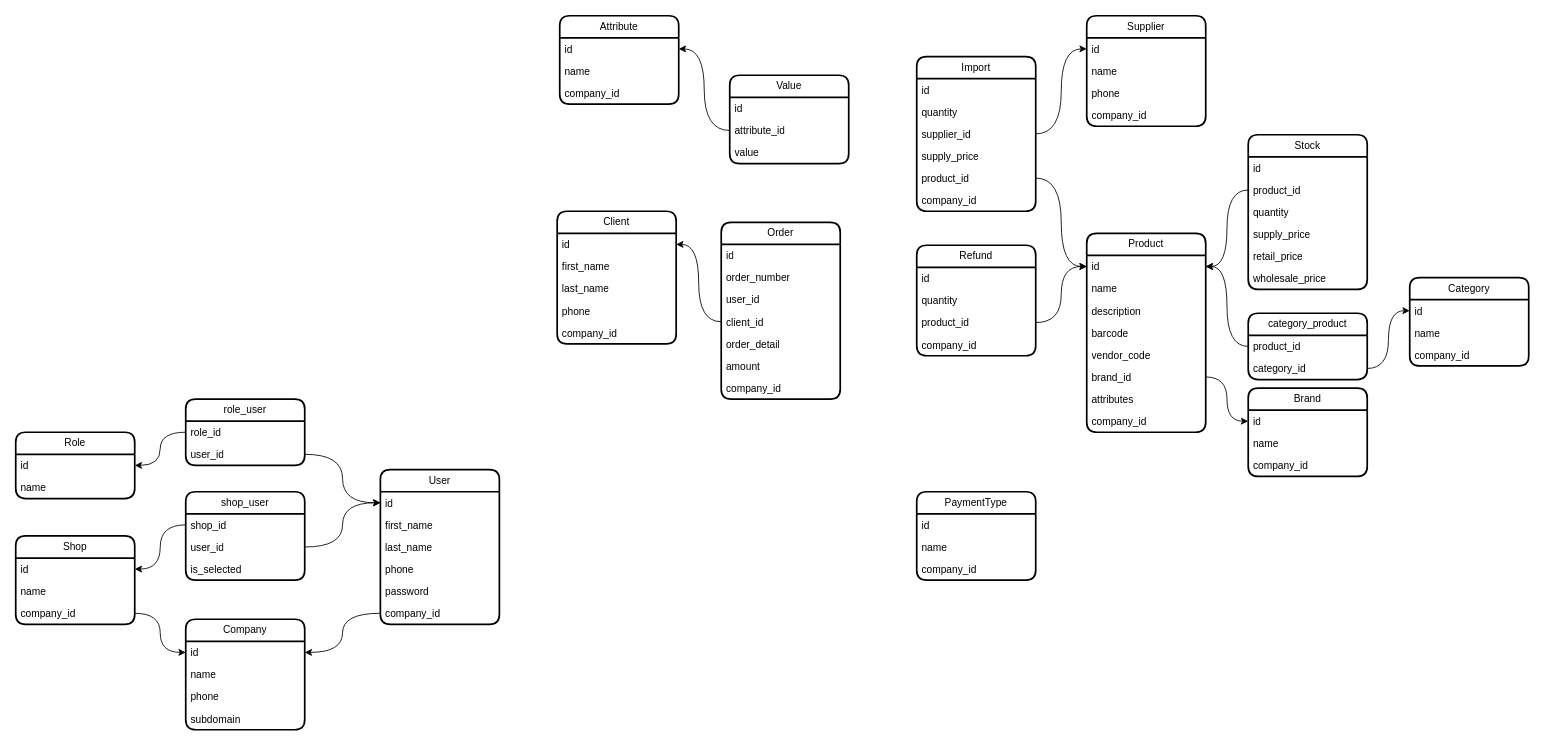
iztileuoff/databases keeps this draw.io diagram as page "v3" (1 of 3) of karsoft-wsm.drawio. Above is the earlier version. Source tidied: cells renumbered, new cells numbered last; positions are measured from the earlier drawing's top-left corner, leaving out a move shared by most shapes. Both pictures are drawn from the tidied source at 85%, with x=0, y=0 at pixel (15, 15).
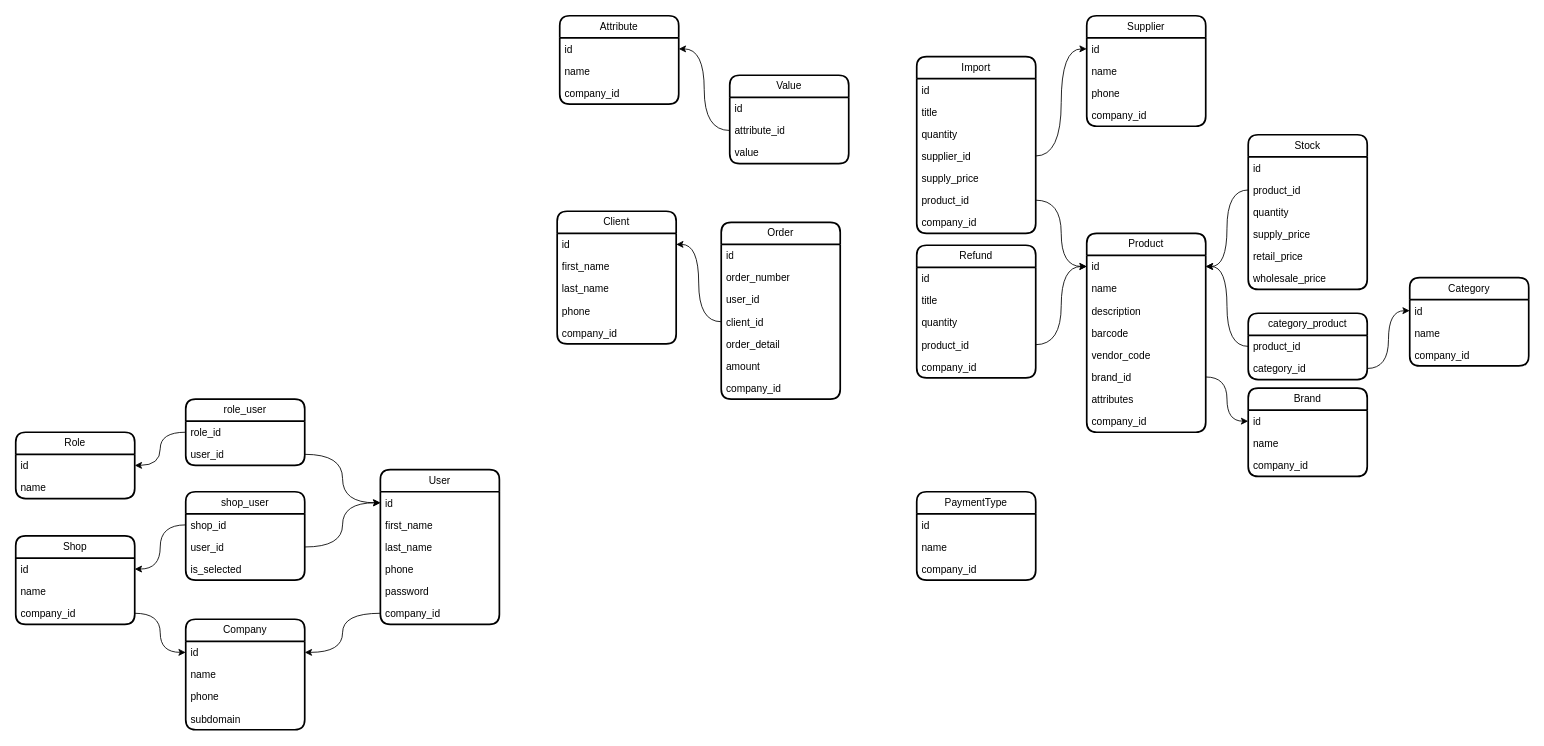
The same diagram, later.

Diff of the diagram source:
```diff
@@
     <mxCell id="46" value="Import" style="swimlane;fontStyle=0;horizontal=1;startSize=26;fillColor=none;whiteSpace=wrap;html=1;rounded=1;shadow=0;glass=0;strokeWidth=2;" parent="1" vertex="1">
-      <mxGeometry x="1060" y="48" width="140" height="182" as="geometry" />
+      <mxGeometry x="1060" y="48" width="140" height="208" as="geometry" />
     </mxCell>
@@
+    <mxCell id="113" value="title" style="text;strokeColor=none;fillColor=none;align=left;verticalAlign=top;spacingLeft=4;spacingRight=4;overflow=hidden;whiteSpace=wrap;html=1;" parent="46" vertex="1">
+      <mxGeometry y="52" width="140" height="26" as="geometry" />
+    </mxCell>
     <mxCell id="48" value="quantity" style="text;strokeColor=none;fillColor=none;align=left;verticalAlign=top;spacingLeft=4;spacingRight=4;overflow=hidden;whiteSpace=wrap;html=1;" parent="46" vertex="1">
-      <mxGeometry y="52" width="140" height="26" as="geometry" />
+      <mxGeometry y="78" width="140" height="26" as="geometry" />
     </mxCell>
     <mxCell id="49" value="supplier_id" style="text;strokeColor=none;fillColor=none;align=left;verticalAlign=top;spacingLeft=4;spacingRight=4;overflow=hidden;points=[[0,0.5],[1,0.5]];portConstraint=eastwest;whiteSpace=wrap;html=1;" parent="46" vertex="1">
-      <mxGeometry y="78" width="140" height="26" as="geometry" />
+      <mxGeometry y="104" width="140" height="26" as="geometry" />
     </mxCell>
     <mxCell id="50" value="supply_price" style="text;strokeColor=none;fillColor=none;align=left;verticalAlign=top;spacingLeft=4;spacingRight=4;overflow=hidden;whiteSpace=wrap;html=1;" parent="46" vertex="1">
-      <mxGeometry y="104" width="140" height="26" as="geometry" />
+      <mxGeometry y="130" width="140" height="26" as="geometry" />
     </mxCell>
     <mxCell id="51" value="product_id" style="text;strokeColor=none;fillColor=none;align=left;verticalAlign=top;spacingLeft=4;spacingRight=4;overflow=hidden;points=[[0,0.5],[1,0.5]];portConstraint=eastwest;whiteSpace=wrap;html=1;" parent="46" vertex="1">
-      <mxGeometry y="130" width="140" height="26" as="geometry" />
+      <mxGeometry y="156" width="140" height="26" as="geometry" />
     </mxCell>
     <mxCell id="52" value="company_id" style="text;strokeColor=none;fillColor=none;align=left;verticalAlign=top;spacingLeft=4;spacingRight=4;overflow=hidden;whiteSpace=wrap;html=1;" parent="46" vertex="1">
-      <mxGeometry y="156" width="140" height="26" as="geometry" />
+      <mxGeometry y="182" width="140" height="26" as="geometry" />
     </mxCell>
@@
     <mxCell id="106" value="Refund" style="swimlane;fontStyle=0;horizontal=1;startSize=26;fillColor=none;whiteSpace=wrap;html=1;rounded=1;shadow=0;glass=0;strokeWidth=2;" parent="1" vertex="1">
-      <mxGeometry x="1060" y="270" width="140" height="130" as="geometry" />
+      <mxGeometry x="1060" y="270" width="140" height="156" as="geometry" />
     </mxCell>
@@
+    <mxCell id="114" value="title" style="text;strokeColor=none;fillColor=none;align=left;verticalAlign=top;spacingLeft=4;spacingRight=4;overflow=hidden;whiteSpace=wrap;html=1;" parent="106" vertex="1">
+      <mxGeometry y="52" width="140" height="26" as="geometry" />
+    </mxCell>
     <mxCell id="108" value="quantity" style="text;strokeColor=none;fillColor=none;align=left;verticalAlign=top;spacingLeft=4;spacingRight=4;overflow=hidden;whiteSpace=wrap;html=1;" parent="106" vertex="1">
-      <mxGeometry y="52" width="140" height="26" as="geometry" />
+      <mxGeometry y="78" width="140" height="26" as="geometry" />
     </mxCell>
     <mxCell id="109" value="product_id" style="text;strokeColor=none;fillColor=none;align=left;verticalAlign=top;spacingLeft=4;spacingRight=4;overflow=hidden;points=[[0,0.5],[1,0.5]];portConstraint=eastwest;whiteSpace=wrap;html=1;" parent="106" vertex="1">
-      <mxGeometry y="78" width="140" height="26" as="geometry" />
+      <mxGeometry y="104" width="140" height="26" as="geometry" />
     </mxCell>
     <mxCell id="110" value="company_id" style="text;strokeColor=none;fillColor=none;align=left;verticalAlign=top;spacingLeft=4;spacingRight=4;overflow=hidden;whiteSpace=wrap;html=1;" parent="106" vertex="1">
-      <mxGeometry y="104" width="140" height="26" as="geometry" />
+      <mxGeometry y="130" width="140" height="26" as="geometry" />
     </mxCell>
```
